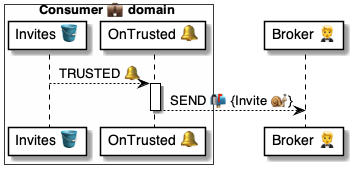
Above: 4 ⚙️ Solution/41 🎭 Domain Roles/Consumers 💼/💼🪣 Consumer tables/Invites 🗄️ table/🪣🧱 12 Trusted 🔔 event/💼 OnInviteTrusted ⚙️ uml.png in pollyweb-org/pollyweb-docs (PlantUML), before the change. Its source is kept beside it as 4 ⚙️ Solution/41 🎭 Domain Roles/Consumers 💼/💼🪣 Consumer tables/Invites 🗄️ table/🪣🧱 12 Trusted 🔔 event/💼 OnInviteTrusted ⚙️ uml.puml.
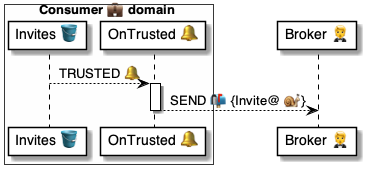
The same file after the commit.

Change to the diagram source:
```diff
@@ -9,7 +9,7 @@
 table --> handler: TRUSTED 🔔
 
 activate handler
-    handler --> broker: SEND 📬 {Invite 🐌}
+    handler --> broker: SEND 📬 {Invite@ 🐌}
 deactivate handler
 
 @enduml
```
